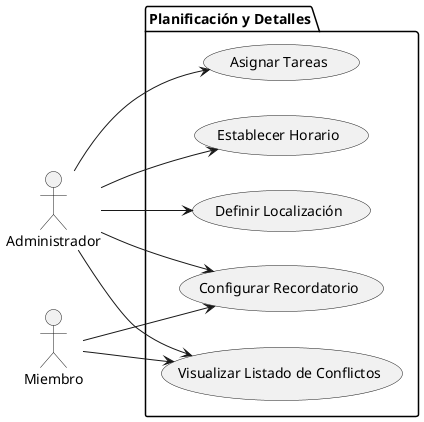
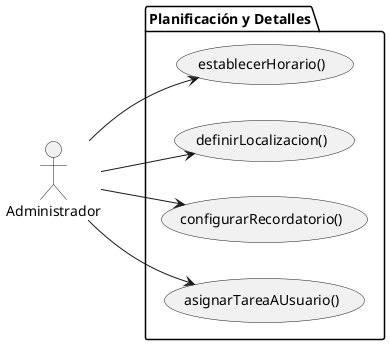
@startuml DiagramaPlanificaciónYDetalles
left to right direction
actor "Administrador" as Admin
- actor "Miembro" as Miem
+ 

package "Planificación y Detalles" {
-     usecase "Establecer Horario" as UC_D1
-     usecase "Definir Localización" as UC_D2
-     usecase "Configurar Recordatorio" as UC_D3
-     usecase "Asignar Tareas" as UC_D4
+     usecase "establecerHorario()" as UC_D1
+     usecase "definirLocalizacion()" as UC_D2
+     usecase "configurarRecordatorio()" as UC_D3
+     usecase "asignarTareaAUsuario()" as UC_D4

-     usecase "Visualizar Listado de Conflictos" as UC_D5
}

Admin --> UC_D1
Admin --> UC_D2
Admin --> UC_D3
- Miem --> UC_D3
Admin --> UC_D4
- Admin --> UC_D5
- Miem --> UC_D5

@enduml